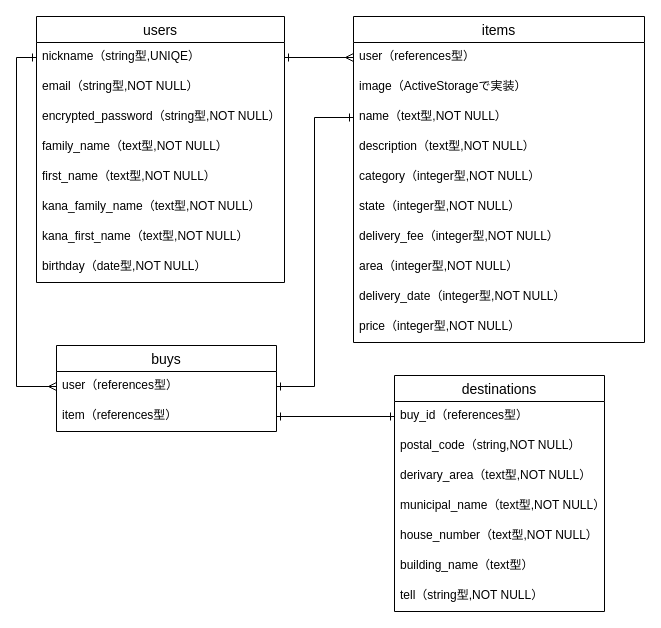
starlikeleo/furima-30944 keeps this draw.io diagram as furima.dio. Above is the earlier version. Source tidied: cells renumbered, new cells numbered last; positions are measured from the earlier drawing's top-left corner, leaving out a move shared by most shapes. Both pictures are drawn from the tidied source at 100%, with x=0, y=0 at pixel (16, 16).
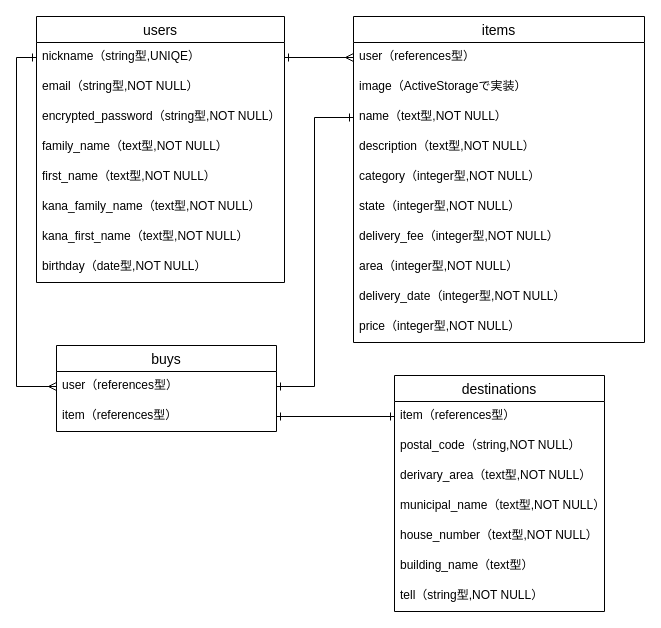
After the change.

Unchanged cells that the change refers to:
```xml
<mxCell id="26" value="destinations" style="swimlane;fontStyle=0;horizontal=1;startSize=26;align=center;fontSize=14;" parent="1" vertex="1">
  <mxGeometry x="378" y="359" width="210" height="236" as="geometry" />
</mxCell>
```

Change to the diagram source:
```diff
@@
-    <mxCell id="27" value="buy_id（references型）" style="text;strokeColor=none;fillColor=none;spacingLeft=4;spacingRight=4;overflow=hidden;points=[[0,0.5],[1,0.5]];portConstraint=eastwest;fontSize=12;" parent="26" vertex="1">
+    <mxCell id="27" value="item（references型）" style="text;strokeColor=none;fillColor=none;spacingLeft=4;spacingRight=4;overflow=hidden;points=[[0,0.5],[1,0.5]];portConstraint=eastwest;fontSize=12;" parent="26" vertex="1">
       <mxGeometry y="26" width="210" height="30" as="geometry" />
     </mxCell>
```
